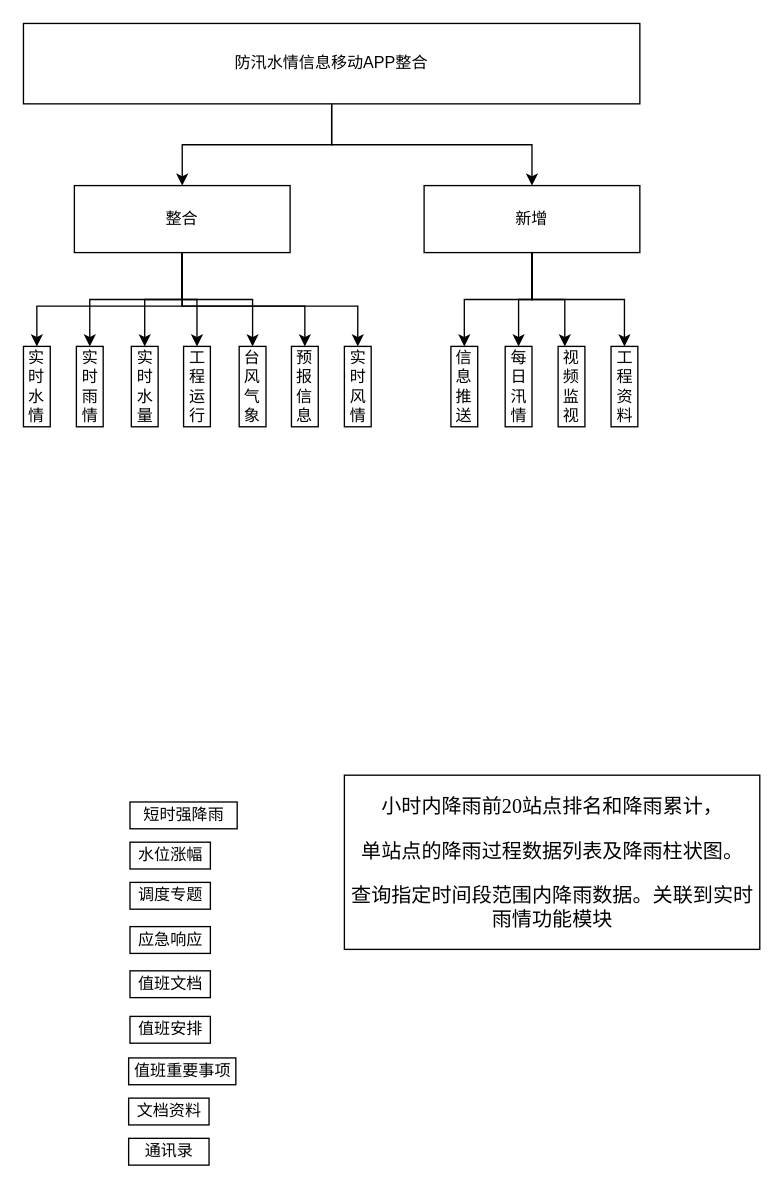
Earlier version of the draw.io diagram APP_NEW_new.drawio (marx8559/wavenet). Source tidied: cells renumbered, new cells numbered last; positions are measured from the earlier drawing's top-left corner, leaving out a move shared by most shapes. Both pictures are drawn from the tidied source at 134%, with x=0, y=0 at pixel (23, 23).
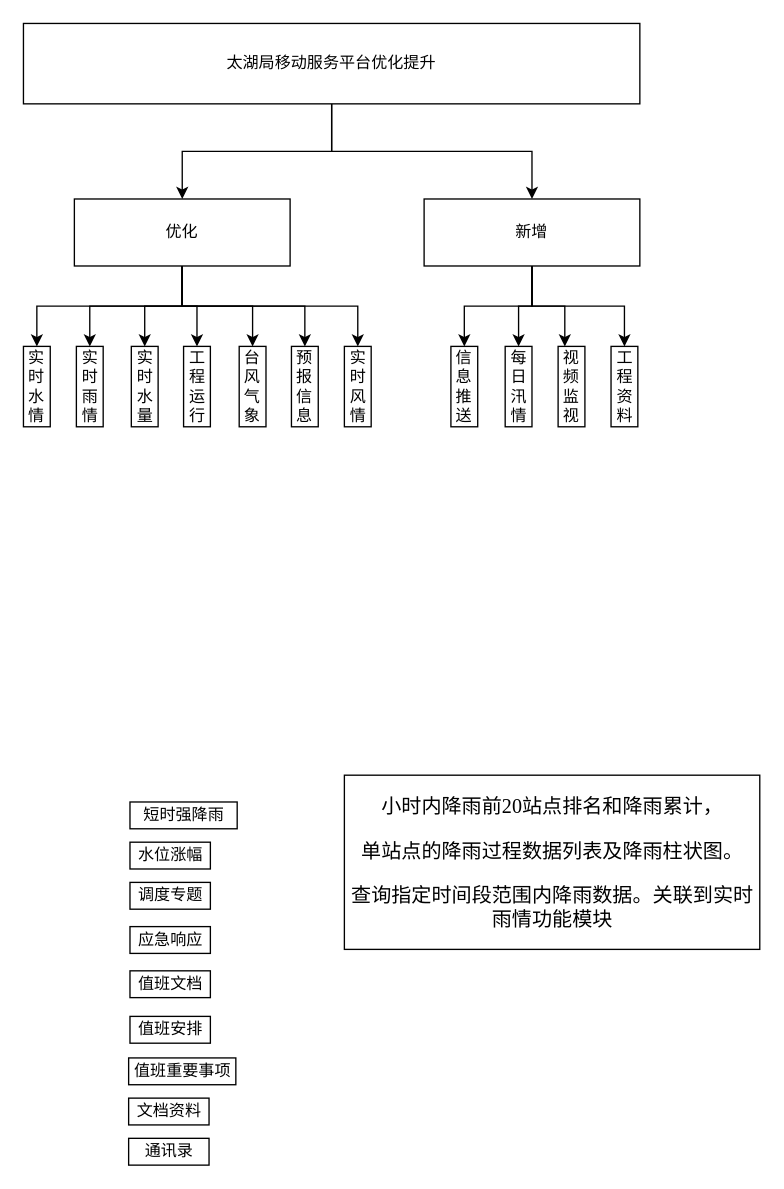
The same page after the edit.

Change to the diagram source:
```diff
@@
-    <mxCell id="9" value="整合" style="rounded=0;whiteSpace=wrap;html=1;" parent="1" vertex="1">
-      <mxGeometry x="38" y="121" width="161" height="50" as="geometry" />
+    <mxCell id="9" value="优化" style="rounded=0;whiteSpace=wrap;html=1;" parent="1" vertex="1">
+      <mxGeometry x="38" y="131" width="161" height="50" as="geometry" />
     </mxCell>
@@
-    <mxCell id="32" value="防汛水情信息移动APP整合" style="rounded=0;whiteSpace=wrap;html=1;" parent="1" vertex="1">
+    <mxCell id="32" value="太湖局移动服务平台优化提升" style="rounded=0;whiteSpace=wrap;html=1;" parent="1" vertex="1">
       <mxGeometry width="460" height="60" as="geometry" />
     </mxCell>
@@
     <mxCell id="37" value="新增" style="rounded=0;whiteSpace=wrap;html=1;" parent="1" vertex="1">
-      <mxGeometry x="299" y="121" width="161" height="50" as="geometry" />
+      <mxGeometry x="299" y="131" width="161" height="50" as="geometry" />
     </mxCell>
```
